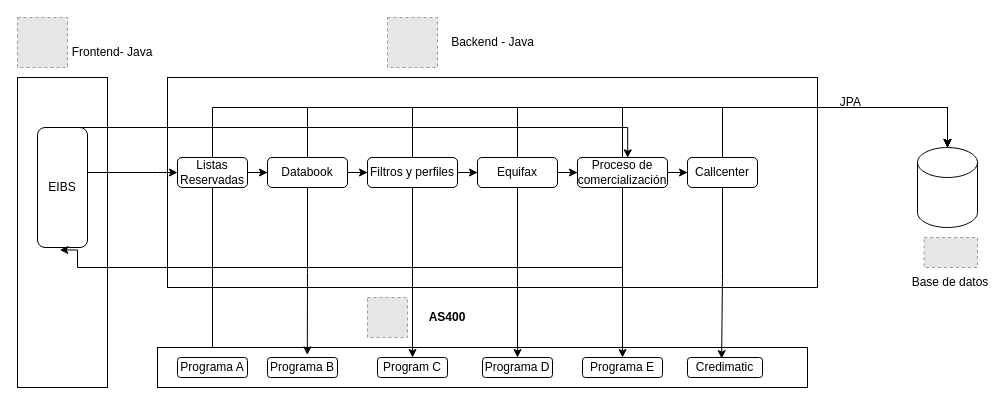
This is Diagrama sin título.drawio from GonzaloDavid/diagramas, a draw.io file, before an edit. Source tidied: cells renumbered, new cells numbered last; positions are measured from the earlier drawing's top-left corner, leaving out a move shared by most shapes. Both pictures are drawn from the tidied source at 100%, with x=0, y=0 at pixel (17, 17). Pictures stored in the file or linked from it are replaced by grey dashed boxes.
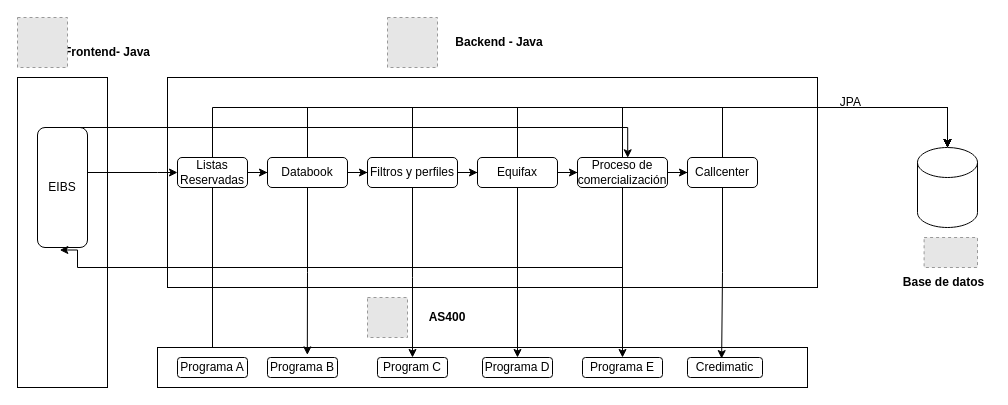
After the change.

What changed in the source:
```diff
@@
-    <mxCell id="2" value="Backend - Java" style="text;html=1;align=center;verticalAlign=middle;whiteSpace=wrap;rounded=0;" parent="1" vertex="1">
-      <mxGeometry x="432.5" y="10" width="85" height="30" as="geometry" />
+    <mxCell id="2" value="&lt;b&gt;Backend - Java&lt;/b&gt;" style="text;html=1;align=center;verticalAlign=middle;whiteSpace=wrap;rounded=0;" parent="1" vertex="1">
+      <mxGeometry x="432.5" y="10" width="97.5" height="30" as="geometry" />
     </mxCell>
@@
-    <mxCell id="21" value="Frontend- Java" style="text;html=1;align=center;verticalAlign=middle;whiteSpace=wrap;rounded=0;" parent="1" vertex="1">
-      <mxGeometry x="50" y="20" width="90" height="30" as="geometry" />
+    <mxCell id="21" value="&lt;b&gt;Frontend- Java&lt;/b&gt;" style="text;html=1;align=center;verticalAlign=middle;whiteSpace=wrap;rounded=0;" parent="1" vertex="1">
+      <mxGeometry x="40" y="20" width="100" height="30" as="geometry" />
     </mxCell>
@@
-    <mxCell id="39" value="Base de datos" style="text;html=1;align=center;verticalAlign=middle;whiteSpace=wrap;rounded=0;" parent="1" vertex="1">
-      <mxGeometry x="893.3" y="250" width="80" height="30" as="geometry" />
+    <mxCell id="39" value="&lt;b&gt;Base de datos&lt;/b&gt;" style="text;html=1;align=center;verticalAlign=middle;whiteSpace=wrap;rounded=0;" parent="1" vertex="1">
+      <mxGeometry x="880" y="250" width="93.3" height="30" as="geometry" />
     </mxCell>
```
